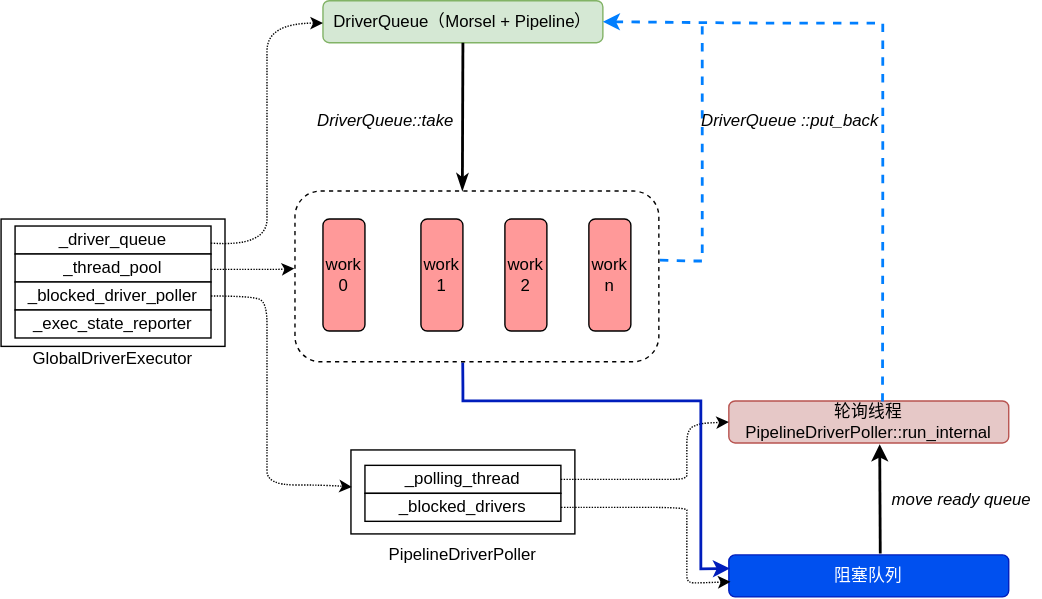
The draw.io diagram StarRocks/pipeline-1.svg in szza/szza.github.io.images, before a commit. Source tidied: cells renumbered, new cells last; positions are measured from the earlier drawing's top-left corner, leaving out a move shared by most shapes. The source it was exported from:
```xml
<mxGraphModel>
  <root>
    <mxCell id="0" />
    <mxCell id="1" parent="0" />
    <mxCell id="2" style="rounded=0;whiteSpace=wrap;html=1;" parent="1" vertex="1">
      <mxGeometry y="156" width="160" height="91" as="geometry" />
    </mxCell>
    <mxCell id="3" value="_driver_queue" style="rounded=0;whiteSpace=wrap;html=1;" parent="1" vertex="1">
      <mxGeometry x="10" y="161" width="140" height="20" as="geometry" />
    </mxCell>
    <mxCell id="4" value="_thread_pool" style="rounded=0;whiteSpace=wrap;html=1;" parent="1" vertex="1">
      <mxGeometry x="10" y="181" width="140" height="20" as="geometry" />
    </mxCell>
    <mxCell id="5" value="_blocked_driver_poller" style="rounded=0;whiteSpace=wrap;html=1;" parent="1" vertex="1">
      <mxGeometry x="10" y="201" width="140" height="20" as="geometry" />
    </mxCell>
    <mxCell id="6" value="_exec_state_reporter" style="rounded=0;whiteSpace=wrap;html=1;" parent="1" vertex="1">
      <mxGeometry x="10" y="221" width="140" height="20" as="geometry" />
    </mxCell>
    <mxCell id="7" value="GlobalDriverExecutor" style="text;html=1;strokeColor=none;fillColor=none;align=center;verticalAlign=middle;whiteSpace=wrap;rounded=0;" parent="1" vertex="1">
      <mxGeometry x="20" y="246" width="120" height="20" as="geometry" />
    </mxCell>
    <mxCell id="8" style="rounded=0;whiteSpace=wrap;html=1;" parent="1" vertex="1">
      <mxGeometry x="250" y="321" width="160" height="60" as="geometry" />
    </mxCell>
    <mxCell id="9" value="_polling_thread" style="rounded=0;whiteSpace=wrap;html=1;" parent="1" vertex="1">
      <mxGeometry x="260" y="332" width="140" height="20" as="geometry" />
    </mxCell>
    <mxCell id="10" value="_blocked_drivers" style="rounded=0;whiteSpace=wrap;html=1;" parent="1" vertex="1">
      <mxGeometry x="260" y="352" width="140" height="20" as="geometry" />
    </mxCell>
    <mxCell id="11" value="PipelineDriverPoller" style="text;html=1;strokeColor=none;fillColor=none;align=center;verticalAlign=middle;whiteSpace=wrap;rounded=0;" parent="1" vertex="1">
      <mxGeometry x="270" y="386" width="120" height="20" as="geometry" />
    </mxCell>
    <mxCell id="12" style="curved=1;endArrow=classic;html=1;rounded=0;exitX=1;exitY=0.5;exitDx=0;exitDy=0;entryX=0.004;entryY=0.44;entryDx=0;entryDy=0;dashed=1;dashPattern=1 1;entryPerimeter=0;" parent="1" edge="1" source="5" target="8">
      <mxGeometry relative="1" as="geometry">
        <Array as="points">
          <mxPoint x="180" y="211" />
          <mxPoint x="190" y="216" />
          <mxPoint x="190" y="246" />
          <mxPoint x="190" y="276" />
          <mxPoint x="190" y="306" />
          <mxPoint x="190" y="316" />
          <mxPoint x="190" y="326" />
          <mxPoint x="190" y="346" />
          <mxPoint x="230" y="346" />
        </Array>
      </mxGeometry>
    </mxCell>
    <mxCell id="13" style="curved=1;endArrow=classic;html=1;rounded=0;exitX=1;exitY=0.75;exitDx=0;exitDy=0;entryX=-0.002;entryY=0.445;entryDx=0;entryDy=0;dashed=1;dashPattern=1 1;entryPerimeter=0;" parent="1" edge="1">
      <mxGeometry relative="1" as="geometry">
        <mxPoint x="150" y="192" as="sourcePoint" />
        <mxPoint x="209.5" y="191.3" as="targetPoint" />
        <Array as="points">
          <mxPoint x="180" y="192" />
          <mxPoint x="200" y="192" />
        </Array>
      </mxGeometry>
    </mxCell>
    <mxCell id="14" value="DriverQueue（Morsel + Pipeline）" style="rounded=1;whiteSpace=wrap;html=1;fillColor=#d5e8d4;strokeColor=#82b366;" parent="1" vertex="1">
      <mxGeometry x="230" width="200" height="30" as="geometry" />
    </mxCell>
    <mxCell id="15" style="curved=1;endArrow=classic;html=1;rounded=0;exitX=0.999;exitY=0.61;exitDx=0;exitDy=0;dashed=1;dashPattern=1 1;exitPerimeter=0;" parent="1" edge="1" source="3">
      <mxGeometry relative="1" as="geometry">
        <mxPoint x="230" y="16" as="targetPoint" />
        <Array as="points">
          <mxPoint x="190" y="176" />
          <mxPoint x="190" y="136" />
          <mxPoint x="190" y="96" />
          <mxPoint x="190" y="56" />
          <mxPoint x="190" y="16" />
        </Array>
      </mxGeometry>
    </mxCell>
    <mxCell id="16" style="endArrow=classicThin;html=1;rounded=0;entryX=0.46;entryY=-0.003;entryDx=0;entryDy=0;exitX=0.5;exitY=1;exitDx=0;exitDy=0;entryPerimeter=0;endFill=1;strokeWidth=2;" parent="1" edge="1" source="14" target="32">
      <mxGeometry relative="1" as="geometry" />
    </mxCell>
    <mxCell id="17" value="&lt;i&gt;DriverQueue::take&lt;/i&gt;" style="text;html=1;strokeColor=none;fillColor=none;align=center;verticalAlign=middle;whiteSpace=wrap;rounded=0;" parent="1" vertex="1">
      <mxGeometry x="220" y="76" width="110" height="20" as="geometry" />
    </mxCell>
    <mxCell id="18" value="轮询线程&lt;br&gt;PipelineDriverPoller::run_internal" style="rounded=1;whiteSpace=wrap;html=1;fillColor=#e6c8c7;strokeColor=#b85450;" parent="1" vertex="1">
      <mxGeometry x="520" y="286" width="200" height="30" as="geometry" />
    </mxCell>
    <mxCell id="19" value="阻塞队列" style="rounded=1;whiteSpace=wrap;html=1;fillColor=#0050ef;strokeColor=#001DBC;fontColor=#ffffff;" parent="1" vertex="1">
      <mxGeometry x="520" y="396" width="200" height="30" as="geometry" />
    </mxCell>
    <mxCell id="20" style="endArrow=classic;html=1;rounded=1;dashed=1;dashPattern=1 1;entryX=0;entryY=0.5;entryDx=0;entryDy=0;" parent="1" edge="1" source="9" target="18">
      <mxGeometry relative="1" as="geometry">
        <Array as="points">
          <mxPoint x="490" y="342" />
          <mxPoint x="490" y="336" />
          <mxPoint x="490" y="306" />
          <mxPoint x="500" y="302" />
        </Array>
      </mxGeometry>
    </mxCell>
    <mxCell id="21" style="curved=1;endArrow=classic;html=1;rounded=0;entryX=0.006;entryY=0.639;entryDx=0;entryDy=0;exitX=1;exitY=0.5;exitDx=0;exitDy=0;dashed=1;dashPattern=1 1;entryPerimeter=0;" parent="1" edge="1" source="10" target="19">
      <mxGeometry relative="1" as="geometry">
        <Array as="points">
          <mxPoint x="410" y="362" />
          <mxPoint x="420" y="362" />
          <mxPoint x="430" y="362" />
          <mxPoint x="490" y="362" />
          <mxPoint x="490" y="366" />
          <mxPoint x="490" y="386" />
          <mxPoint x="490" y="406" />
          <mxPoint x="490" y="416" />
          <mxPoint x="500" y="416" />
        </Array>
      </mxGeometry>
    </mxCell>
    <mxCell id="22" style="endArrow=none;html=1;rounded=0;exitX=1.003;exitY=0.431;exitDx=0;exitDy=0;dashed=1;exitPerimeter=0;strokeColor=#007FFF;endFill=0;strokeWidth=2;" parent="1" edge="1">
      <mxGeometry relative="1" as="geometry">
        <mxPoint x="470.8" y="185.4" as="sourcePoint" />
        <mxPoint x="501" y="16" as="targetPoint" />
        <Array as="points">
          <mxPoint x="492" y="186" />
          <mxPoint x="501" y="186" />
          <mxPoint x="501" y="176" />
          <mxPoint x="501" y="146" />
          <mxPoint x="501" y="66" />
        </Array>
      </mxGeometry>
    </mxCell>
    <mxCell id="23" value="DriverQueue ::put_back" style="text;html=1;strokeColor=none;fillColor=none;align=center;verticalAlign=middle;whiteSpace=wrap;rounded=0;fontStyle=2;" parent="1" vertex="1">
      <mxGeometry x="496" y="76" width="136" height="20" as="geometry" />
    </mxCell>
    <mxCell id="24" style="endArrow=classic;html=1;rounded=0;exitX=0.549;exitY=0.015;exitDx=0;exitDy=0;exitPerimeter=0;dashed=1;strokeWidth=2;entryX=1;entryY=0.5;entryDx=0;entryDy=0;strokeColor=#007FFF;" parent="1" edge="1" source="18" target="14">
      <mxGeometry relative="1" as="geometry">
        <Array as="points">
          <mxPoint x="630" y="146" />
          <mxPoint x="630" y="76" />
          <mxPoint x="630" y="46" />
          <mxPoint x="630" y="16" />
          <mxPoint x="540" y="16" />
        </Array>
      </mxGeometry>
    </mxCell>
    <mxCell id="25" style="endArrow=classic;html=1;rounded=0;exitX=0.531;exitY=-0.033;exitDx=0;exitDy=0;exitPerimeter=0;entryX=0.529;entryY=1.033;entryDx=0;entryDy=0;entryPerimeter=0;strokeWidth=2;" parent="1" edge="1">
      <mxGeometry relative="1" as="geometry">
        <mxPoint x="628.2" y="395" as="sourcePoint" />
        <mxPoint x="627.8" y="317" as="targetPoint" />
      </mxGeometry>
    </mxCell>
    <mxCell id="26" value="move ready queue" style="text;html=1;strokeColor=none;fillColor=none;align=center;verticalAlign=middle;whiteSpace=wrap;rounded=0;fontStyle=2;" parent="1" vertex="1">
      <mxGeometry x="630" y="347" width="113" height="20" as="geometry" />
    </mxCell>
    <mxCell id="27" style="endArrow=classic;html=1;rounded=0;exitX=0.461;exitY=1.004;exitDx=0;exitDy=0;exitPerimeter=0;entryX=0.004;entryY=0.323;entryDx=0;entryDy=0;entryPerimeter=0;fontStyle=1;fillColor=#0050ef;strokeColor=#001DBC;strokeWidth=2;" parent="1" edge="1" source="32" target="19">
      <mxGeometry relative="1" as="geometry">
        <Array as="points">
          <mxPoint x="330" y="276" />
          <mxPoint x="330" y="286" />
          <mxPoint x="460" y="286" />
          <mxPoint x="500" y="286" />
          <mxPoint x="500" y="346" />
          <mxPoint x="500" y="386" />
          <mxPoint x="500" y="406" />
        </Array>
      </mxGeometry>
    </mxCell>
    <mxCell id="28" value="work&lt;br&gt;0" style="rounded=1;whiteSpace=wrap;html=1;rotation=0;fillColor=#FF9999;" parent="1" vertex="1">
      <mxGeometry x="230" y="156" width="30" height="80" as="geometry" />
    </mxCell>
    <mxCell id="29" value="work&lt;br&gt;1" style="rounded=1;whiteSpace=wrap;html=1;rotation=0;fillColor=#FF9999;" parent="1" vertex="1">
      <mxGeometry x="300" y="156" width="30" height="80" as="geometry" />
    </mxCell>
    <mxCell id="30" value="work&lt;br&gt;2" style="rounded=1;whiteSpace=wrap;html=1;rotation=0;fillColor=#FF9999;" parent="1" vertex="1">
      <mxGeometry x="360" y="156" width="30" height="80" as="geometry" />
    </mxCell>
    <mxCell id="31" value="work&lt;br&gt;n" style="rounded=1;whiteSpace=wrap;html=1;rotation=0;fillColor=#FF9999;" parent="1" vertex="1">
      <mxGeometry x="420" y="156" width="30" height="80" as="geometry" />
    </mxCell>
    <mxCell id="32" style="rounded=1;whiteSpace=wrap;html=1;fillColor=none;dashed=1;" parent="1" vertex="1">
      <mxGeometry x="210" y="136" width="260" height="122" as="geometry" />
    </mxCell>
  </root>
</mxGraphModel>
```
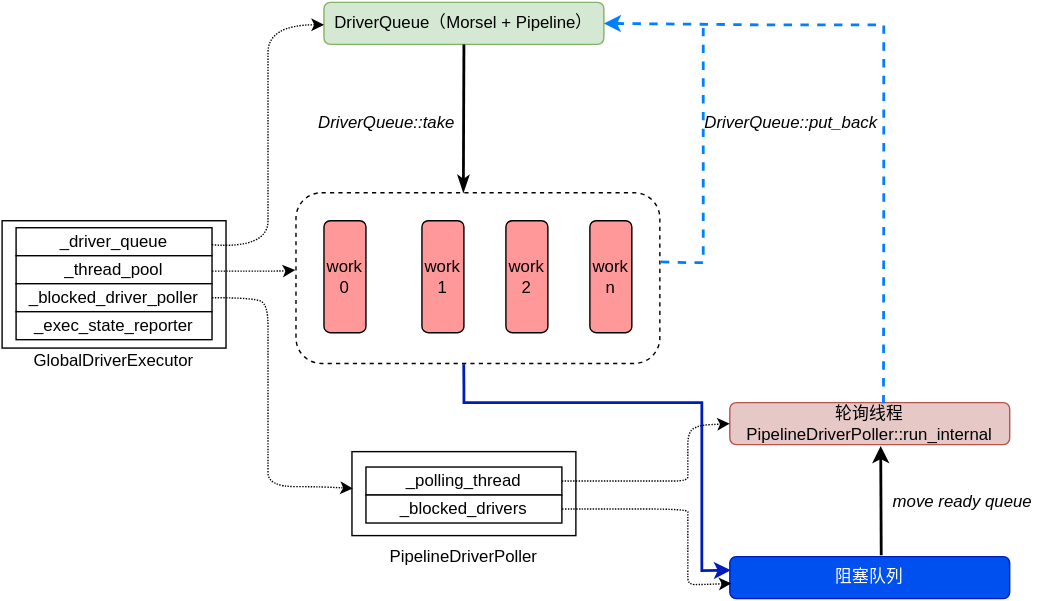
Above is the later version.

The edit, as a diff of the source:
```diff
@@ -122,7 +122,7 @@
         </Array>
       </mxGeometry>
     </mxCell>
-    <mxCell id="23" value="DriverQueue ::put_back" style="text;html=1;strokeColor=none;fillColor=none;align=center;verticalAlign=middle;whiteSpace=wrap;rounded=0;fontStyle=2;" parent="1" vertex="1">
+    <mxCell id="23" value="DriverQueue::put_back" style="text;html=1;strokeColor=none;fillColor=none;align=center;verticalAlign=middle;whiteSpace=wrap;rounded=0;fontStyle=2;" parent="1" vertex="1">
       <mxGeometry x="496" y="76" width="136" height="20" as="geometry" />
     </mxCell>
     <mxCell id="24" style="endArrow=classic;html=1;rounded=0;exitX=0.549;exitY=0.015;exitDx=0;exitDy=0;exitPerimeter=0;dashed=1;strokeWidth=2;entryX=1;entryY=0.5;entryDx=0;entryDy=0;strokeColor=#007FFF;" parent="1" edge="1" source="18" target="14">
```
